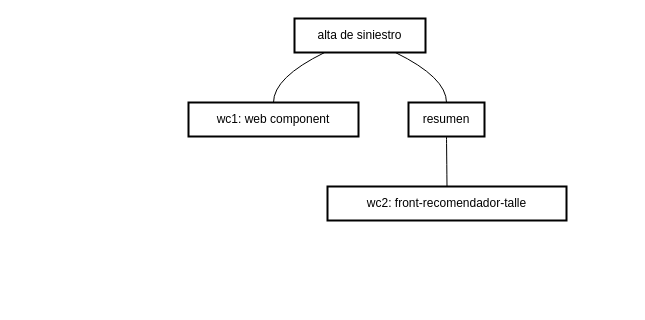
Earlier version of the draw.io diagram alta_siniestro.drawio (gcorroto/docs). Source tidied: cells renumbered, new cells numbered last; positions are measured from the earlier drawing's top-left corner, leaving out a move shared by most shapes. Both pictures are drawn from the tidied source at 100%, with x=0, y=0 at pixel (188, 18).
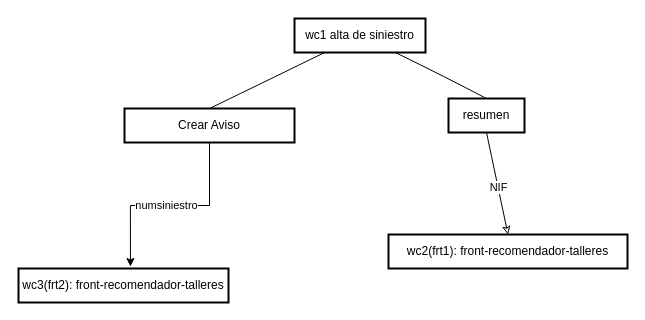
After the change.

What changed in the source:
```diff
@@
 <mxGraphModel>
   <root>
     <mxCell id="0" />
     <mxCell id="1" parent="0" />
-    <mxCell id="2" value="alta de siniestro" style="whiteSpace=wrap;strokeWidth=2;" parent="1" vertex="1">
+    <mxCell id="2" value="wc1 alta de siniestro" style="whiteSpace=wrap;strokeWidth=2;" parent="1" vertex="1">
       <mxGeometry x="106" width="131" height="34" as="geometry" />
     </mxCell>
-    <mxCell id="3" value="wc1: web component" style="whiteSpace=wrap;strokeWidth=2;" parent="1" vertex="1">
-      <mxGeometry y="84" width="170" height="34" as="geometry" />
+    <mxCell id="3" value="Crear Aviso" style="whiteSpace=wrap;strokeWidth=2;" parent="1" vertex="1">
+      <mxGeometry x="-64" y="90" width="170" height="34" as="geometry" />
     </mxCell>
     <mxCell id="4" value="resumen" style="whiteSpace=wrap;strokeWidth=2;" parent="1" vertex="1">
-      <mxGeometry x="220" y="84" width="76" height="34" as="geometry" />
+      <mxGeometry x="260" y="80" width="76" height="34" as="geometry" />
     </mxCell>
-    <mxCell id="5" value="wc2: front-recomendador-talle" style="whiteSpace=wrap;strokeWidth=2;" parent="1" vertex="1">
-      <mxGeometry x="139" y="168" width="239" height="34" as="geometry" />
+    <mxCell id="5" value="wc2(frt1): front-recomendador-talleres" style="whiteSpace=wrap;strokeWidth=2;" parent="1" vertex="1">
+      <mxGeometry x="200" y="216" width="239" height="34" as="geometry" />
     </mxCell>
     <mxCell id="6" style="curved=1;startArrow=none;endArrow=none;exitX=0.23;exitY=1;entryX=0.5;entryY=0;" parent="1" edge="1" source="2" target="3">
       <mxGeometry relative="1" as="geometry">
         <Array as="points">
           <mxPoint x="85" y="59" />
         </Array>
       </mxGeometry>
     </mxCell>
     <mxCell id="7" style="curved=1;startArrow=none;endArrow=none;exitX=0.77;exitY=1;entryX=0.5;entryY=0;" parent="1" edge="1" source="2" target="4">
       <mxGeometry relative="1" as="geometry">
         <Array as="points">
           <mxPoint x="258" y="59" />
         </Array>
       </mxGeometry>
     </mxCell>
-    <mxCell id="8" style="curved=1;startArrow=none;endArrow=none;exitX=0.5;exitY=1.01;entryX=0.5;entryY=0.01;" parent="1" edge="1" source="4" target="5">
+    <mxCell id="8" style="curved=1;startArrow=none;endArrow=classic;exitX=0.5;exitY=1.01;entryX=0.5;entryY=0.01;endFill=0;" parent="1" edge="1" source="4" target="5">
       <mxGeometry relative="1" as="geometry" />
     </mxCell>
+    <mxCell id="9" value="NIF" style="edgeLabel;html=1;align=center;verticalAlign=middle;" parent="8" vertex="1">
+      <mxGeometry x="0.07" relative="1" as="geometry" />
+    </mxCell>
+    <mxCell id="10" value="wc3(frt2): front-recomendador-talleres" style="whiteSpace=wrap;strokeWidth=2;" parent="1" vertex="1">
+      <mxGeometry x="-170" y="250" width="210" height="34" as="geometry" />
+    </mxCell>
+    <mxCell id="11" style="edgeStyle=orthogonalEdgeStyle;rounded=0;jettySize=auto;html=1;entryX=0.533;entryY=-0.059;entryDx=0;entryDy=0;entryPerimeter=0;" parent="1" edge="1" source="3" target="10">
+      <mxGeometry relative="1" as="geometry" />
+    </mxCell>
+    <mxCell id="12" value="numsiniestro" style="edgeLabel;html=1;align=center;verticalAlign=middle;" parent="11" vertex="1">
+      <mxGeometry x="0.05" y="-1" relative="1" as="geometry" />
+    </mxCell>
   </root>
 </mxGraphModel>
```
